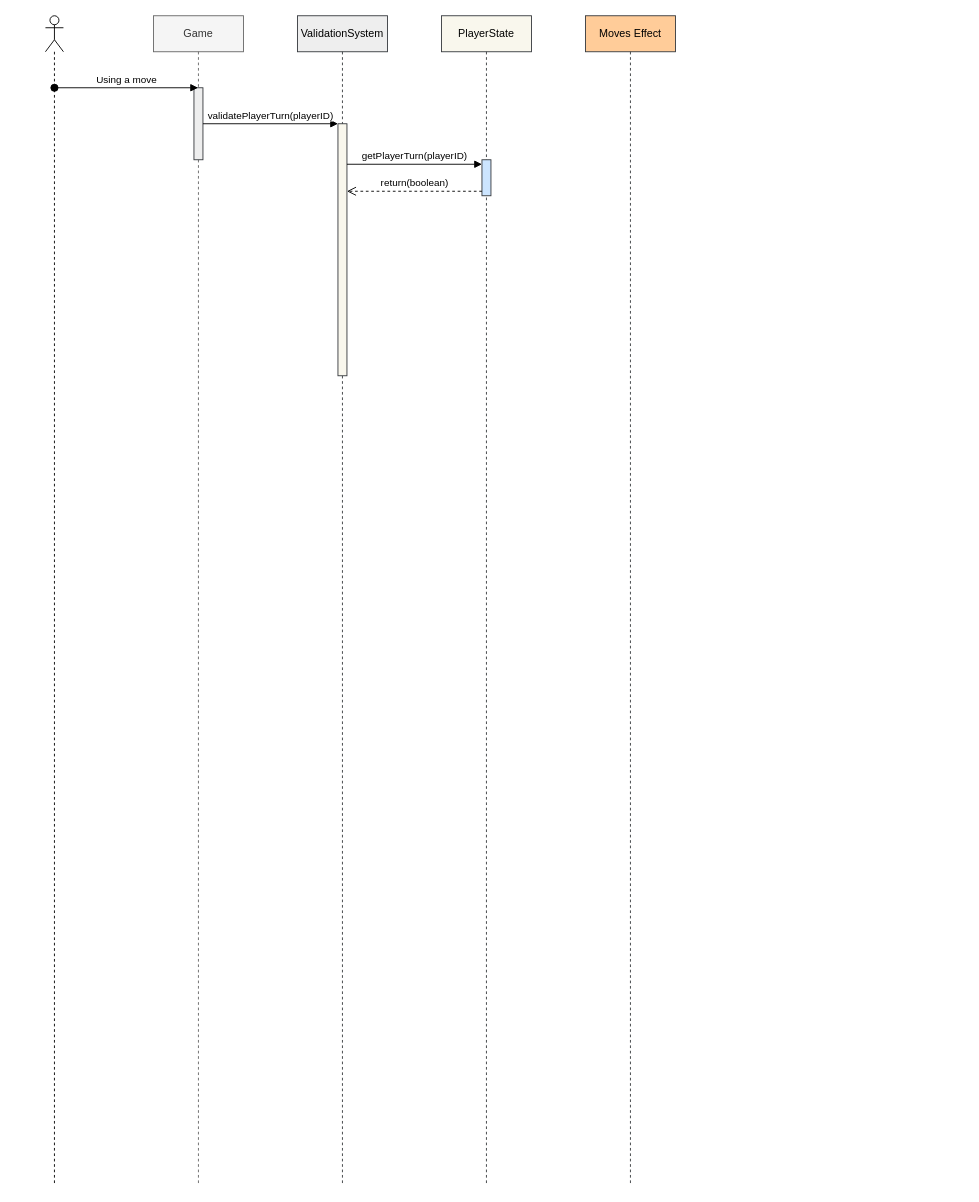
Above: planning/game mechanics/Using pokemon moves.drawio in Crythemoon/PokemonBoardGame (draw.io), before the change. Source tidied: cells renumbered, new cells numbered last; positions are measured from the earlier drawing's top-left corner, leaving out a move shared by most shapes. Both pictures are drawn from the tidied source at 90%, with x=0, y=0 at pixel (45, 15).
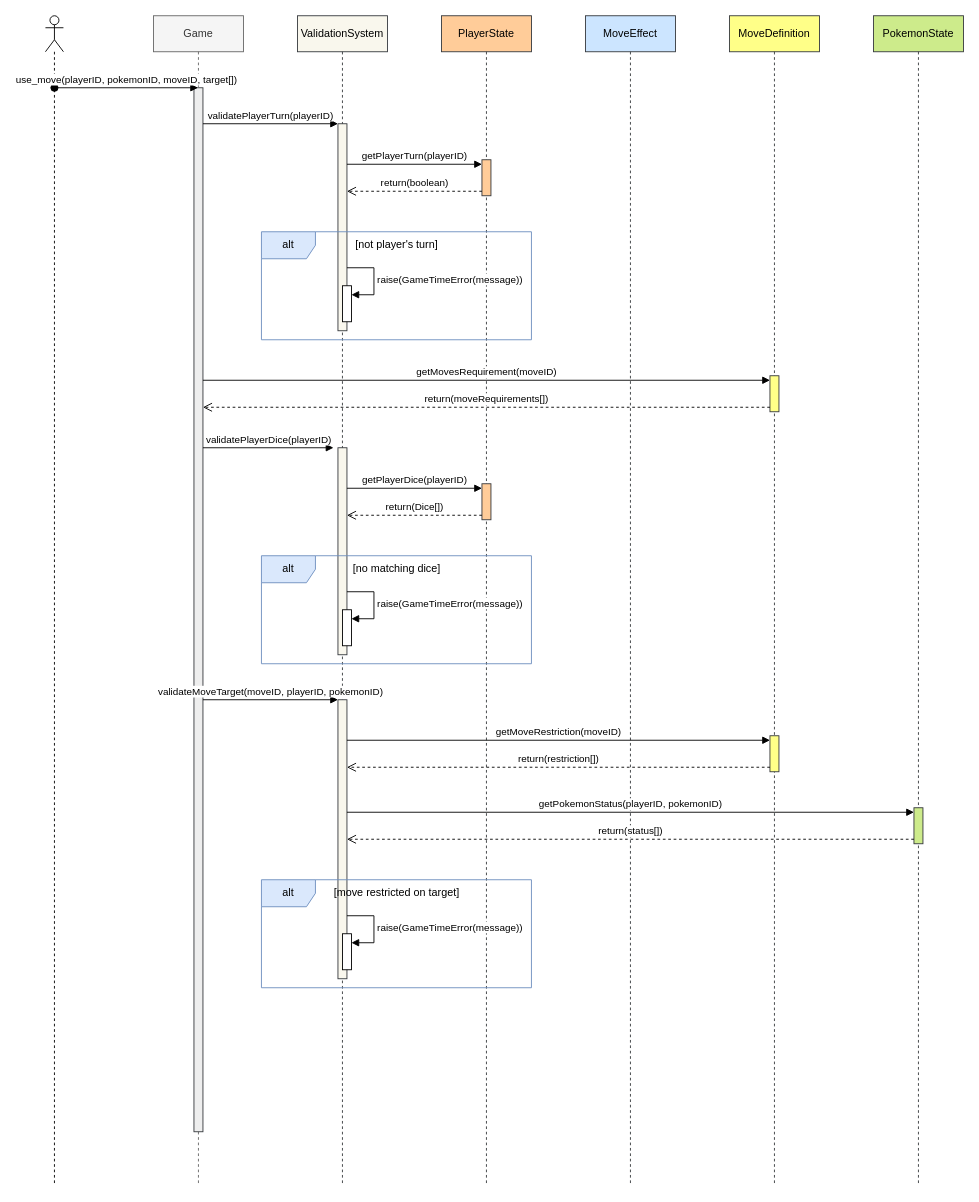
Above is the later version.

The change refers to these unchanged cells:
```xml
<mxCell id="3" value="Game" style="shape=umlLifeline;perimeter=lifelinePerimeter;whiteSpace=wrap;html=1;outlineConnect=0;portConstraint=eastwest;newEdgeStyle={&quot;curved&quot;:0,&quot;rounded&quot;:0};fillColor=#f5f5f5;fontColor=#333333;strokeColor=#666666;" parent="1" vertex="1">
  <mxGeometry x="120" width="100" height="1300" as="geometry" />
</mxCell>
```

What changed in the source:
```diff
@@
     <mxCell id="4" style="html=1;points=[[0,0,0,0,5],[0,1,0,0,-5],[1,0,0,0,5],[1,1,0,0,-5]];perimeter=orthogonalPerimeter;outlineConnect=0;targetShapes=umlLifeline;portConstraint=eastwest;newEdgeStyle={&quot;curved&quot;:0,&quot;rounded&quot;:0};fillColor=#eeeeee;strokeColor=#36393d;" parent="3" vertex="1">
-      <mxGeometry x="45" y="80" width="10" height="80" as="geometry" />
+      <mxGeometry x="45" y="80" width="10" height="1160" as="geometry" />
     </mxCell>
-    <mxCell id="5" value="ValidationSystem" style="shape=umlLifeline;perimeter=lifelinePerimeter;whiteSpace=wrap;html=1;newEdgeStyle={&quot;curved&quot;:0,&quot;rounded&quot;:0};fillColor=#eeeeee;strokeColor=#36393d;" parent="1" vertex="1">
+    <mxCell id="5" value="ValidationSystem" style="shape=umlLifeline;perimeter=lifelinePerimeter;whiteSpace=wrap;html=1;newEdgeStyle={&quot;curved&quot;:0,&quot;rounded&quot;:0};fillColor=#f9f7ed;strokeColor=#36393d;" parent="1" vertex="1">
       <mxGeometry x="280" width="100" height="1300" as="geometry" />
     </mxCell>
-    <mxCell id="6" style="html=1;perimeter=orthogonalPerimeter;targetShapes=umlLifeline;newEdgeStyle={&quot;curved&quot;:0,&quot;rounded&quot;:0};fillColor=#f9f7ed;strokeColor=#36393d;" parent="5" vertex="1">
-      <mxGeometry x="45" y="120" width="10" height="280" as="geometry" />
-    </mxCell>
+    <mxCell id="14" style="html=1;perimeter=orthogonalPerimeter;targetShapes=umlLifeline;newEdgeStyle={&quot;curved&quot;:0,&quot;rounded&quot;:0};fillColor=#f9f7ed;strokeColor=#36393d;" parent="5" vertex="1">
+      <mxGeometry x="45" y="120" width="10" height="230" as="geometry" />
+    </mxCell>
+    <mxCell id="15" style="html=1;perimeter=orthogonalPerimeter;targetShapes=umlLifeline;newEdgeStyle={&quot;curved&quot;:0,&quot;rounded&quot;:0};fillColor=#f9f7ed;strokeColor=#36393d;" parent="5" vertex="1">
+      <mxGeometry x="45" y="480" width="10" height="230" as="geometry" />
+    </mxCell>
+    <mxCell id="16" style="html=1;perimeter=orthogonalPerimeter;targetShapes=umlLifeline;newEdgeStyle={&quot;curved&quot;:0,&quot;rounded&quot;:0};fillColor=#f9f7ed;strokeColor=#36393d;" parent="5" vertex="1">
+      <mxGeometry x="45" y="760" width="10" height="310" as="geometry" />
+    </mxCell>
-    <mxCell id="7" value="PlayerState" style="shape=umlLifeline;perimeter=lifelinePerimeter;whiteSpace=wrap;html=1;newEdgeStyle={&quot;curved&quot;:0,&quot;rounded&quot;:0};fillColor=#f9f7ed;strokeColor=#36393d;" parent="1" vertex="1">
+    <mxCell id="7" value="PlayerState" style="shape=umlLifeline;perimeter=lifelinePerimeter;whiteSpace=wrap;html=1;newEdgeStyle={&quot;curved&quot;:0,&quot;rounded&quot;:0};fillColor=#ffcc99;strokeColor=#36393d;" parent="1" vertex="1">
       <mxGeometry x="440" width="100" height="1300" as="geometry" />
     </mxCell>
-    <mxCell id="8" style="html=1;points=[[0,0,0,0,5],[0,1,0,0,-5],[1,0,0,0,5],[1,1,0,0,-5]];perimeter=orthogonalPerimeter;outlineConnect=0;targetShapes=umlLifeline;portConstraint=eastwest;newEdgeStyle={&quot;curved&quot;:0,&quot;rounded&quot;:0};fillColor=#cce5ff;strokeColor=#36393d;" parent="7" vertex="1">
+    <mxCell id="8" style="html=1;points=[[0,0,0,0,5],[0,1,0,0,-5],[1,0,0,0,5],[1,1,0,0,-5]];perimeter=orthogonalPerimeter;outlineConnect=0;targetShapes=umlLifeline;portConstraint=eastwest;newEdgeStyle={&quot;curved&quot;:0,&quot;rounded&quot;:0};fillColor=#ffcc99;strokeColor=#36393d;" parent="7" vertex="1">
       <mxGeometry x="45" y="160" width="10" height="40" as="geometry" />
     </mxCell>
+    <mxCell id="17" style="html=1;points=[[0,0,0,0,5],[0,1,0,0,-5],[1,0,0,0,5],[1,1,0,0,-5]];perimeter=orthogonalPerimeter;outlineConnect=0;targetShapes=umlLifeline;portConstraint=eastwest;newEdgeStyle={&quot;curved&quot;:0,&quot;rounded&quot;:0};fillColor=#ffcc99;strokeColor=#36393d;" parent="7" vertex="1">
+      <mxGeometry x="45" y="520" width="10" height="40" as="geometry" />
+    </mxCell>
-    <mxCell id="9" value="Moves Effect" style="shape=umlLifeline;perimeter=lifelinePerimeter;whiteSpace=wrap;html=1;newEdgeStyle={&quot;curved&quot;:0,&quot;rounded&quot;:0};fillColor=#ffcc99;strokeColor=#36393d;" parent="1" vertex="1">
+    <mxCell id="9" value="MoveEffect" style="shape=umlLifeline;perimeter=lifelinePerimeter;whiteSpace=wrap;html=1;newEdgeStyle={&quot;curved&quot;:0,&quot;rounded&quot;:0};fillColor=#cce5ff;strokeColor=#36393d;" parent="1" vertex="1">
       <mxGeometry x="600" width="100" height="1300" as="geometry" />
     </mxCell>
-    <mxCell id="10" value="Using a move" style="html=1;verticalAlign=bottom;startArrow=oval;startFill=1;endArrow=block;startSize=8;curved=0;rounded=0;" parent="1" edge="1" target="3">
+    <mxCell id="10" value="use_move(playerID, pokemonID, moveID, target[])" style="html=1;verticalAlign=bottom;startArrow=oval;startFill=1;endArrow=block;startSize=8;curved=0;rounded=0;" parent="1" edge="1" target="3">
       <mxGeometry relative="1" as="geometry">
         <mxPoint x="10" y="80" as="sourcePoint" />
       </mxGeometry>
     </mxCell>
@@
+    <mxCell id="18" style="html=1;points=[[0,0,0,0,5],[0,1,0,0,-5],[1,0,0,0,5],[1,1,0,0,-5]];perimeter=orthogonalPerimeter;outlineConnect=0;targetShapes=umlLifeline;portConstraint=eastwest;newEdgeStyle={&quot;curved&quot;:0,&quot;rounded&quot;:0};" parent="1" vertex="1">
+      <mxGeometry x="330" y="300" width="10" height="40" as="geometry" />
+    </mxCell>
+    <mxCell id="19" value="raise(GameTimeError(message))" style="html=1;align=left;spacingLeft=2;endArrow=block;rounded=0;edgeStyle=orthogonalEdgeStyle;curved=0;rounded=0;" parent="1" edge="1" target="18">
+      <mxGeometry relative="1" as="geometry">
+        <mxPoint x="335" y="280" as="sourcePoint" />
+        <Array as="points">
+          <mxPoint x="365" y="310" />
+        </Array>
+      </mxGeometry>
+    </mxCell>
+    <mxCell id="20" value="alt" style="shape=umlFrame;whiteSpace=wrap;html=1;fillColor=#dae8fc;strokeColor=#6c8ebf;" parent="1" vertex="1">
+      <mxGeometry x="240" y="240" width="300" height="120" as="geometry" />
+    </mxCell>
+    <mxCell id="21" value="[not player's turn]" style="text;html=1;align=center;verticalAlign=middle;strokeColor=none;fillColor=none;" parent="1" vertex="1">
+      <mxGeometry x="330" y="240" width="120" height="30" as="geometry" />
+    </mxCell>
+    <mxCell id="22" value="MoveDefinition" style="shape=umlLifeline;perimeter=lifelinePerimeter;whiteSpace=wrap;html=1;newEdgeStyle={&quot;curved&quot;:0,&quot;rounded&quot;:0};fillColor=#ffff88;strokeColor=#36393d;" parent="1" vertex="1">
+      <mxGeometry x="760" width="100" height="1300" as="geometry" />
+    </mxCell>
+    <mxCell id="23" style="html=1;points=[[0,0,0,0,5],[0,1,0,0,-5],[1,0,0,0,5],[1,1,0,0,-5]];perimeter=orthogonalPerimeter;outlineConnect=0;targetShapes=umlLifeline;portConstraint=eastwest;newEdgeStyle={&quot;curved&quot;:0,&quot;rounded&quot;:0};fillColor=#ffff88;strokeColor=#36393d;" parent="22" vertex="1">
+      <mxGeometry x="45" y="400" width="10" height="40" as="geometry" />
+    </mxCell>
+    <mxCell id="24" style="html=1;points=[[0,0,0,0,5],[0,1,0,0,-5],[1,0,0,0,5],[1,1,0,0,-5]];perimeter=orthogonalPerimeter;outlineConnect=0;targetShapes=umlLifeline;portConstraint=eastwest;newEdgeStyle={&quot;curved&quot;:0,&quot;rounded&quot;:0};fillColor=#ffff88;strokeColor=#36393d;" parent="22" vertex="1">
+      <mxGeometry x="45" y="800" width="10" height="40" as="geometry" />
+    </mxCell>
+    <mxCell id="25" value="getMovesRequirement(moveID)" style="html=1;verticalAlign=bottom;endArrow=block;curved=0;rounded=0;entryX=0;entryY=0;entryDx=0;entryDy=5;" parent="1" edge="1" source="4" target="23">
+      <mxGeometry relative="1" as="geometry" />
+    </mxCell>
+    <mxCell id="26" value="return(moveRequirements[])" style="html=1;verticalAlign=bottom;endArrow=open;dashed=1;endSize=8;curved=0;rounded=0;exitX=0;exitY=1;exitDx=0;exitDy=-5;" parent="1" edge="1" source="23" target="4">
+      <mxGeometry relative="1" as="geometry" />
+    </mxCell>
+    <mxCell id="27" value="validatePlayerDice(playerID)" style="html=1;verticalAlign=bottom;endArrow=block;curved=0;rounded=0;" parent="1" edge="1" source="4">
+      <mxGeometry relative="1" as="geometry">
+        <mxPoint x="320" y="480" as="targetPoint" />
+      </mxGeometry>
+    </mxCell>
+    <mxCell id="28" value="getPlayerDice(playerID)" style="html=1;verticalAlign=bottom;endArrow=block;curved=0;rounded=0;entryX=0;entryY=0;entryDx=0;entryDy=5;" parent="1" edge="1" target="17">
+      <mxGeometry relative="1" as="geometry">
+        <mxPoint x="335" y="525" as="sourcePoint" />
+      </mxGeometry>
+    </mxCell>
+    <mxCell id="29" value="return(Dice[])" style="html=1;verticalAlign=bottom;endArrow=open;dashed=1;endSize=8;curved=0;rounded=0;exitX=0;exitY=1;exitDx=0;exitDy=-5;" parent="1" edge="1" source="17">
+      <mxGeometry relative="1" as="geometry">
+        <mxPoint x="335" y="555" as="targetPoint" />
+      </mxGeometry>
+    </mxCell>
+    <mxCell id="30" value="alt" style="shape=umlFrame;whiteSpace=wrap;html=1;fillColor=#dae8fc;strokeColor=#6c8ebf;" parent="1" vertex="1">
+      <mxGeometry x="240" y="600" width="300" height="120" as="geometry" />
+    </mxCell>
+    <mxCell id="31" value="[no matching dice]" style="text;html=1;align=center;verticalAlign=middle;strokeColor=none;fillColor=none;" parent="1" vertex="1">
+      <mxGeometry x="330" y="600" width="120" height="30" as="geometry" />
+    </mxCell>
+    <mxCell id="32" style="html=1;points=[[0,0,0,0,5],[0,1,0,0,-5],[1,0,0,0,5],[1,1,0,0,-5]];perimeter=orthogonalPerimeter;outlineConnect=0;targetShapes=umlLifeline;portConstraint=eastwest;newEdgeStyle={&quot;curved&quot;:0,&quot;rounded&quot;:0};" parent="1" vertex="1">
+      <mxGeometry x="330" y="660" width="10" height="40" as="geometry" />
+    </mxCell>
+    <mxCell id="33" value="raise(GameTimeError(message))" style="html=1;align=left;spacingLeft=2;endArrow=block;rounded=0;edgeStyle=orthogonalEdgeStyle;curved=0;rounded=0;" parent="1" edge="1" target="32">
+      <mxGeometry relative="1" as="geometry">
+        <mxPoint x="335" y="640" as="sourcePoint" />
+        <Array as="points">
+          <mxPoint x="365" y="670" />
+        </Array>
+      </mxGeometry>
+    </mxCell>
+    <mxCell id="34" value="PokemonState" style="shape=umlLifeline;perimeter=lifelinePerimeter;whiteSpace=wrap;html=1;newEdgeStyle={&quot;curved&quot;:0,&quot;rounded&quot;:0};fillColor=#cdeb8b;strokeColor=#36393d;" parent="1" vertex="1">
+      <mxGeometry x="920" width="100" height="1300" as="geometry" />
+    </mxCell>
+    <mxCell id="35" style="html=1;points=[[0,0,0,0,5],[0,1,0,0,-5],[1,0,0,0,5],[1,1,0,0,-5]];perimeter=orthogonalPerimeter;outlineConnect=0;targetShapes=umlLifeline;portConstraint=eastwest;newEdgeStyle={&quot;curved&quot;:0,&quot;rounded&quot;:0};fillColor=#cdeb8b;strokeColor=#36393d;" parent="34" vertex="1">
+      <mxGeometry x="45" y="880" width="10" height="40" as="geometry" />
+    </mxCell>
+    <mxCell id="36" value="validateMoveTarget(moveID, playerID, pokemonID)" style="html=1;verticalAlign=bottom;endArrow=block;curved=0;rounded=0;" parent="1" edge="1">
+      <mxGeometry relative="1" as="geometry">
+        <mxPoint x="175" y="760" as="sourcePoint" />
+        <mxPoint x="325" y="760" as="targetPoint" />
+      </mxGeometry>
+    </mxCell>
+    <mxCell id="37" value="getMoveRestriction(moveID)" style="html=1;verticalAlign=bottom;endArrow=block;curved=0;rounded=0;entryX=0;entryY=0;entryDx=0;entryDy=5;" parent="1" edge="1" target="24">
+      <mxGeometry relative="1" as="geometry">
+        <mxPoint x="335" y="805" as="sourcePoint" />
+      </mxGeometry>
+    </mxCell>
+    <mxCell id="38" value="return(restriction[])" style="html=1;verticalAlign=bottom;endArrow=open;dashed=1;endSize=8;curved=0;rounded=0;exitX=0;exitY=1;exitDx=0;exitDy=-5;" parent="1" edge="1" source="24">
+      <mxGeometry relative="1" as="geometry">
+        <mxPoint x="335" y="835" as="targetPoint" />
+      </mxGeometry>
+    </mxCell>
+    <mxCell id="39" value="getPokemonStatus(playerID, pokemonID)" style="html=1;verticalAlign=bottom;endArrow=block;curved=0;rounded=0;entryX=0;entryY=0;entryDx=0;entryDy=5;" parent="1" edge="1" target="35">
+      <mxGeometry relative="1" as="geometry">
+        <mxPoint x="335" y="885" as="sourcePoint" />
+      </mxGeometry>
+    </mxCell>
+    <mxCell id="40" value="return(status[])" style="html=1;verticalAlign=bottom;endArrow=open;dashed=1;endSize=8;curved=0;rounded=0;exitX=0;exitY=1;exitDx=0;exitDy=-5;" parent="1" edge="1" source="35">
+      <mxGeometry relative="1" as="geometry">
+        <mxPoint x="335" y="915" as="targetPoint" />
+      </mxGeometry>
+    </mxCell>
+    <mxCell id="41" value="alt" style="shape=umlFrame;whiteSpace=wrap;html=1;fillColor=#dae8fc;strokeColor=#6c8ebf;" parent="1" vertex="1">
+      <mxGeometry x="240" y="960" width="300" height="120" as="geometry" />
+    </mxCell>
+    <mxCell id="42" value="[move restricted on target]" style="text;html=1;align=center;verticalAlign=middle;strokeColor=none;fillColor=none;" parent="1" vertex="1">
+      <mxGeometry x="310" y="960" width="160" height="30" as="geometry" />
+    </mxCell>
+    <mxCell id="43" style="html=1;points=[[0,0,0,0,5],[0,1,0,0,-5],[1,0,0,0,5],[1,1,0,0,-5]];perimeter=orthogonalPerimeter;outlineConnect=0;targetShapes=umlLifeline;portConstraint=eastwest;newEdgeStyle={&quot;curved&quot;:0,&quot;rounded&quot;:0};" parent="1" vertex="1">
+      <mxGeometry x="330" y="1020" width="10" height="40" as="geometry" />
+    </mxCell>
+    <mxCell id="44" value="raise(GameTimeError(message))" style="html=1;align=left;spacingLeft=2;endArrow=block;rounded=0;edgeStyle=orthogonalEdgeStyle;curved=0;rounded=0;" parent="1" edge="1" target="43">
+      <mxGeometry relative="1" as="geometry">
+        <mxPoint x="335" y="1000" as="sourcePoint" />
+        <Array as="points">
+          <mxPoint x="365" y="1030" />
+        </Array>
+      </mxGeometry>
+    </mxCell>
```
